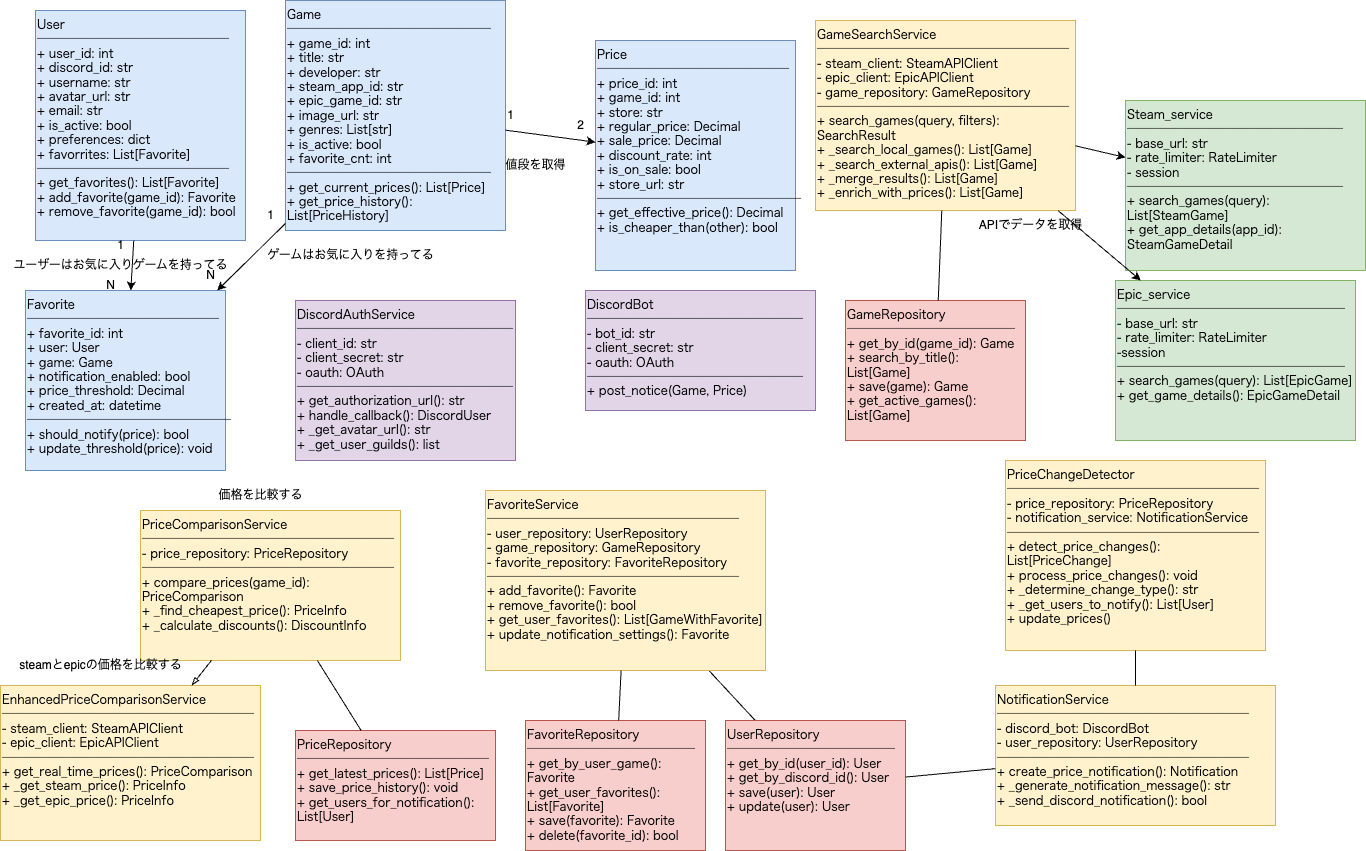
Earlier version of the draw.io export docs/クラス図.drawio.png (saboriyo/GameBargain). Source tidied: cells renumbered, new cells last; positions are measured from the earlier drawing's top-left corner, leaving out a move shared by most shapes.
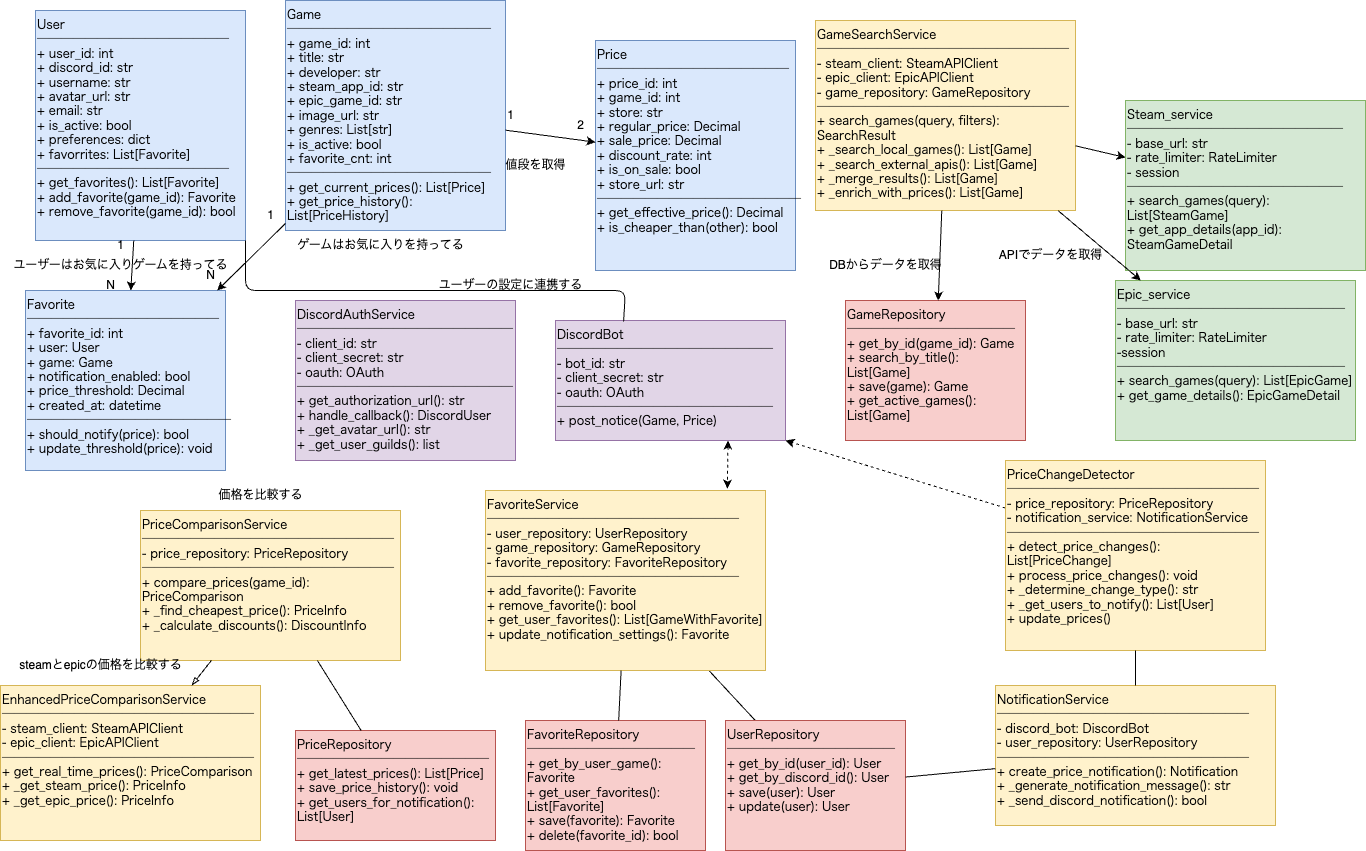
Above is the later version.

The edit, as a diff of the source:
```diff
@@ -53,6 +53,9 @@
     <mxCell id="18" value="DiscordAuthService&lt;br&gt;──────────────────&lt;br&gt;- client_id: str&lt;br&gt;- client_secret: str&lt;br&gt;- oauth: OAuth&lt;br&gt;──────────────────&lt;br&gt;+ get_authorization_url(): str&lt;br&gt;+ handle_callback(): DiscordUser&lt;br&gt;+ _get_avatar_url(): str&lt;br&gt;+ _get_user_guilds(): list" style="rounded=0;whiteSpace=wrap;html=1;fillColor=#e1d5e7;strokeColor=#9673a6;align=left;verticalAlign=top;fontFamily=monospace;" parent="1" vertex="1">
       <mxGeometry x="295" y="300" width="220" height="160" as="geometry" />
     </mxCell>
+    <mxCell id="44" style="edgeStyle=none;html=1;exitX=0;exitY=0.25;exitDx=0;exitDy=0;entryX=1;entryY=1;entryDx=0;entryDy=0;dashed=1;" parent="1" edge="1" source="19" target="43">
+      <mxGeometry relative="1" as="geometry" />
+    </mxCell>
     <mxCell id="19" value="PriceChangeDetector&lt;br&gt;─────────────────────&lt;br&gt;- price_repository: PriceRepository&lt;br&gt;- notification_service: NotificationService&lt;br&gt;─────────────────────&lt;br&gt;+ detect_price_changes(): List[PriceChange]&lt;br&gt;+ process_price_changes(): void&lt;br&gt;+ _determine_change_type(): str&lt;br&gt;+ _get_users_to_notify(): List[User]&lt;br&gt;+ update_prices()" style="rounded=0;whiteSpace=wrap;html=1;fillColor=#fff2cc;strokeColor=#d6b656;align=left;verticalAlign=top;fontFamily=monospace;" parent="1" vertex="1">
       <mxGeometry x="1005" y="460" width="260" height="190" as="geometry" />
     </mxCell>
@@ -74,7 +77,7 @@
     <mxCell id="25" style="endArrow=none;endFill=0;startArrow=blockThin;startFill=0;" parent="1" edge="1" source="8" target="7">
       <mxGeometry relative="1" as="geometry" />
     </mxCell>
-    <mxCell id="26" style="endArrow=none;endFill=0;" parent="1" edge="1" source="6" target="15">
+    <mxCell id="26" style="endArrow=classic;endFill=1;" parent="1" edge="1" source="6" target="15">
       <mxGeometry relative="1" as="geometry" />
     </mxCell>
     <mxCell id="27" style="endArrow=none;endFill=0;startArrow=none;startFill=0;" parent="1" edge="1" source="7" target="16">
@@ -111,13 +114,13 @@
       <mxGeometry y="250" width="240" height="30" as="geometry" />
     </mxCell>
     <mxCell id="38" value="ゲームはお気に入りを持ってる" style="text;html=1;align=center;verticalAlign=middle;strokeColor=none;fillColor=none;" parent="1" vertex="1">
-      <mxGeometry x="255" y="240" width="190" height="30" as="geometry" />
+      <mxGeometry x="285" y="230" width="190" height="30" as="geometry" />
     </mxCell>
     <mxCell id="39" value="値段を取得" style="text;html=1;align=center;verticalAlign=middle;strokeColor=none;fillColor=none;" parent="1" vertex="1">
       <mxGeometry x="495" y="150" width="80" height="30" as="geometry" />
     </mxCell>
     <mxCell id="40" value="APIでデータを取得" style="text;html=1;align=center;verticalAlign=middle;strokeColor=none;fillColor=none;" parent="1" vertex="1">
-      <mxGeometry x="965" y="210" width="130" height="30" as="geometry" />
+      <mxGeometry x="985" y="240" width="130" height="30" as="geometry" />
     </mxCell>
     <mxCell id="41" value="steamとepicの価格を比較する" style="text;html=1;align=center;verticalAlign=middle;strokeColor=none;fillColor=none;" parent="1" vertex="1">
       <mxGeometry x="5" y="650" width="190" height="30" as="geometry" />
@@ -126,7 +129,24 @@
       <mxGeometry x="205" y="480" width="110" height="30" as="geometry" />
     </mxCell>
     <mxCell id="43" value="DiscordBot&lt;br&gt;──────────────────&lt;br&gt;- bot_id: str&lt;br&gt;- client_secret: str&lt;br&gt;- oauth: OAuth&lt;br&gt;──────────────────&lt;br&gt;+ post_notice(Game, Price)" style="rounded=0;whiteSpace=wrap;html=1;fillColor=#e1d5e7;strokeColor=#9673a6;align=left;verticalAlign=top;fontFamily=monospace;" parent="1" vertex="1">
-      <mxGeometry x="585" y="290" width="230" height="120" as="geometry" />
+      <mxGeometry x="555" y="320" width="230" height="120" as="geometry" />
     </mxCell>
+    <mxCell id="45" style="edgeStyle=none;html=1;exitX=0.75;exitY=1;exitDx=0;exitDy=0;entryX=0.864;entryY=-0.011;entryDx=0;entryDy=0;entryPerimeter=0;dashed=1;endArrow=classic;endFill=1;startArrow=classic;startFill=1;" parent="1" edge="1" source="43" target="10">
+      <mxGeometry relative="1" as="geometry" />
+    </mxCell>
+    <mxCell id="46" style="edgeStyle=none;html=1;exitX=1;exitY=1;exitDx=0;exitDy=0;entryX=0.296;entryY=0.008;entryDx=0;entryDy=0;entryPerimeter=0;endArrow=none;endFill=0;startArrow=none;startFill=0;" parent="1" edge="1" source="2" target="43">
+      <mxGeometry relative="1" as="geometry">
+        <Array as="points">
+          <mxPoint x="245" y="290" />
+          <mxPoint x="625" y="290" />
+        </Array>
+      </mxGeometry>
+    </mxCell>
+    <mxCell id="47" value="DBからデータを取得" style="text;html=1;align=center;verticalAlign=middle;strokeColor=none;fillColor=none;" parent="1" vertex="1">
+      <mxGeometry x="815" y="250" width="140" height="30" as="geometry" />
+    </mxCell>
+    <mxCell id="48" value="ユーザーの設定に連携する" style="text;html=1;align=center;verticalAlign=middle;strokeColor=none;fillColor=none;" parent="1" vertex="1">
+      <mxGeometry x="425" y="270" width="170" height="30" as="geometry" />
+    </mxCell>
   </root>
 </mxGraphModel>
```
